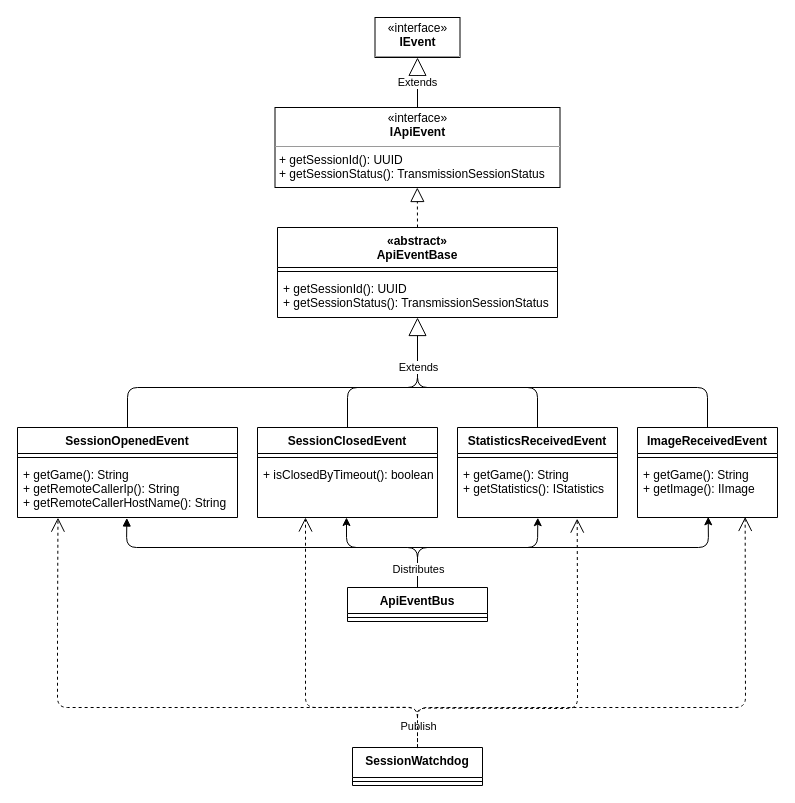
VISAB-ORG/VISAB keeps this draw.io diagram as doc/EventStructure.drawio. Above is the earlier version. Source tidied: cells renumbered, new cells numbered last; positions are measured from the earlier drawing's top-left corner, leaving out a move shared by most shapes. Both pictures are drawn from the tidied source at 100%, with x=0, y=0 at pixel (17, 17).
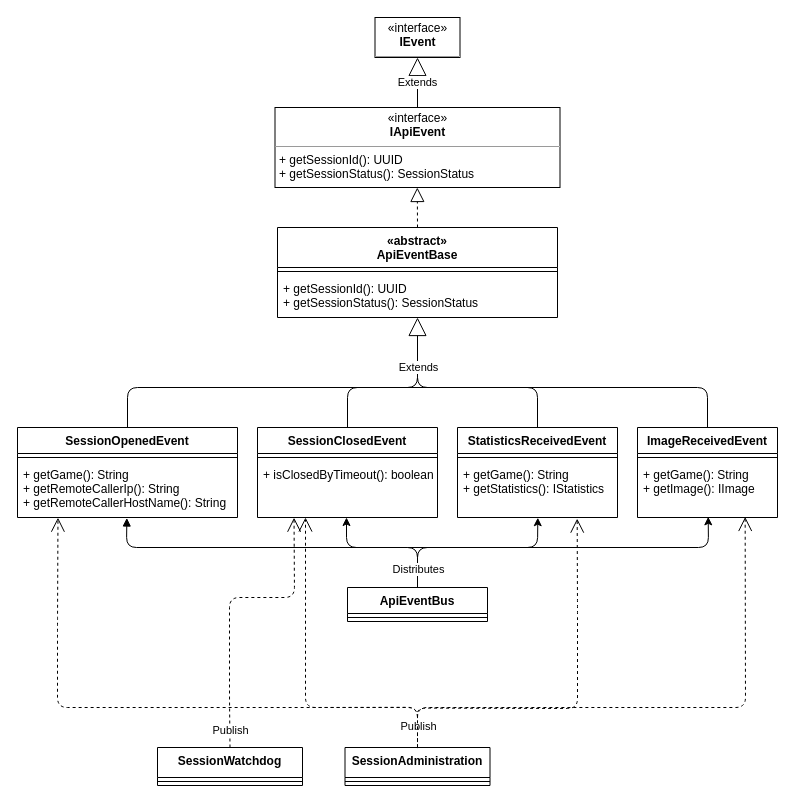
The same diagram, later.

The change refers to these unchanged cells:
```xml
<mxCell id="2" value="«abstract»&#10;ApiEventBase" style="swimlane;fontStyle=1;align=center;verticalAlign=top;horizontal=1;startSize=40;" parent="1" vertex="1">
  <mxGeometry x="260" y="210" width="280" height="90" as="geometry" />
</mxCell>
<mxCell id="17" value="+ isClosedByTimeout(): boolean" style="text;strokeColor=none;fillColor=none;align=left;verticalAlign=top;spacingLeft=4;spacingRight=4;overflow=hidden;points=[[0,0.5],[1,0.5]];portConstraint=eastwest;" parent="15" vertex="1">
  <mxGeometry y="34" width="180" height="56" as="geometry" />
</mxCell>
```

Diff of the diagram source:
```diff
@@
-    <mxCell id="4" value="+ getSessionId(): UUID&#10;+ getSessionStatus(): TransmissionSessionStatus" style="text;strokeColor=none;fillColor=none;align=left;verticalAlign=top;spacingLeft=4;spacingRight=4;overflow=hidden;" parent="2" vertex="1">
+    <mxCell id="4" value="+ getSessionId(): UUID&#10;+ getSessionStatus(): SessionStatus" style="text;strokeColor=none;fillColor=none;align=left;verticalAlign=top;spacingLeft=4;spacingRight=4;overflow=hidden;" parent="2" vertex="1">
       <mxGeometry y="48" width="280" height="42" as="geometry" />
     </mxCell>
-    <mxCell id="5" value="&lt;p style=&quot;margin: 0px ; margin-top: 4px ; text-align: center&quot;&gt;«interface»&lt;br&gt;&lt;b&gt;IApiEvent&lt;/b&gt;&lt;br&gt;&lt;/p&gt;&lt;hr size=&quot;1&quot;&gt;&lt;p style=&quot;margin: 0px ; margin-left: 4px&quot;&gt;+ getSessionId(): UUID&lt;br&gt;&lt;/p&gt;&lt;p style=&quot;margin: 0px ; margin-left: 4px&quot;&gt;+ getSessionStatus(): TransmissionSessionStatus&lt;/p&gt;" style="verticalAlign=top;align=left;overflow=fill;fontSize=12;fontFamily=Helvetica;html=1;" parent="1" vertex="1">
+    <mxCell id="5" value="&lt;p style=&quot;margin: 0px ; margin-top: 4px ; text-align: center&quot;&gt;«interface»&lt;br&gt;&lt;b&gt;IApiEvent&lt;/b&gt;&lt;br&gt;&lt;/p&gt;&lt;hr size=&quot;1&quot;&gt;&lt;p style=&quot;margin: 0px ; margin-left: 4px&quot;&gt;+ getSessionId(): UUID&lt;br&gt;&lt;/p&gt;&lt;p style=&quot;margin: 0px ; margin-left: 4px&quot;&gt;+ getSessionStatus(): SessionStatus&lt;/p&gt;" style="verticalAlign=top;align=left;overflow=fill;fontSize=12;fontFamily=Helvetica;html=1;" parent="1" vertex="1">
       <mxGeometry x="257.5" y="90" width="285" height="80" as="geometry" />
     </mxCell>
@@
-    <mxCell id="30" value="SessionWatchdog" style="swimlane;fontStyle=1;align=center;verticalAlign=top;horizontal=1;startSize=30;" parent="1" vertex="1">
-      <mxGeometry x="335" y="730" width="130" height="38" as="geometry" />
+    <mxCell id="30" value="SessionAdministration" style="swimlane;fontStyle=1;align=center;verticalAlign=top;horizontal=1;startSize=30;" parent="1" vertex="1">
+      <mxGeometry x="327.5" y="730" width="145" height="38" as="geometry" />
     </mxCell>
     <mxCell id="31" style="line;strokeWidth=1;fillColor=none;align=left;verticalAlign=middle;spacingTop=-1;spacingLeft=3;spacingRight=3;labelPosition=right;" parent="30" vertex="1">
-      <mxGeometry y="30" width="130" height="8" as="geometry" />
+      <mxGeometry y="30" width="145" height="8" as="geometry" />
     </mxCell>
@@
+    <mxCell id="40" value="SessionWatchdog" style="swimlane;fontStyle=1;align=center;verticalAlign=top;horizontal=1;startSize=30;" parent="1" vertex="1">
+      <mxGeometry x="140" y="730" width="145" height="38" as="geometry" />
+    </mxCell>
+    <mxCell id="41" style="line;strokeWidth=1;fillColor=none;align=left;verticalAlign=middle;spacingTop=-1;spacingLeft=3;spacingRight=3;labelPosition=right;" parent="40" vertex="1">
+      <mxGeometry y="30" width="145" height="8" as="geometry" />
+    </mxCell>
+    <mxCell id="42" style="endArrow=open;endSize=12;dashed=1;html=1;exitX=0.5;exitY=0;exitDx=0;exitDy=0;entryX=0.203;entryY=1.003;entryDx=0;entryDy=0;entryPerimeter=0;" parent="1" edge="1" source="40" target="17">
+      <mxGeometry x="-0.79" y="60" relative="1" as="geometry">
+        <Array as="points">
+          <mxPoint x="212" y="680" />
+          <mxPoint x="212" y="580" />
+          <mxPoint x="277" y="580" />
+        </Array>
+      </mxGeometry>
+    </mxCell>
+    <mxCell id="43" value="Publish" style="edgeLabel;html=1;align=center;verticalAlign=middle;" parent="42" vertex="1">
+      <mxGeometry x="-0.88" relative="1" as="geometry" />
+    </mxCell>
```
